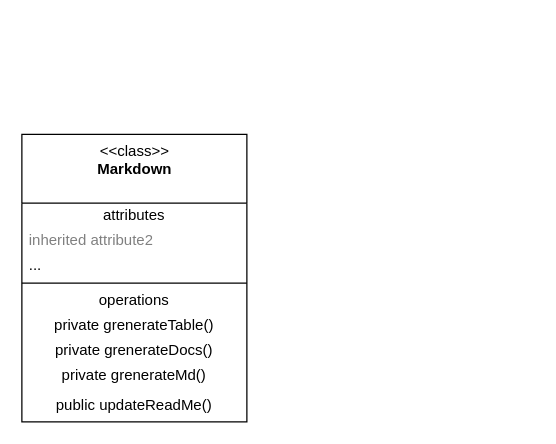
Above: docs/view/script.drawio in tower-town/Koala-Hacker-News (draw.io), before the change. Source tidied: cells renumbered, new cells numbered last; positions are measured from the earlier drawing's top-left corner, leaving out a move shared by most shapes. Both pictures are drawn from the tidied source at 125%, with x=0, y=0 at pixel (21, 134).
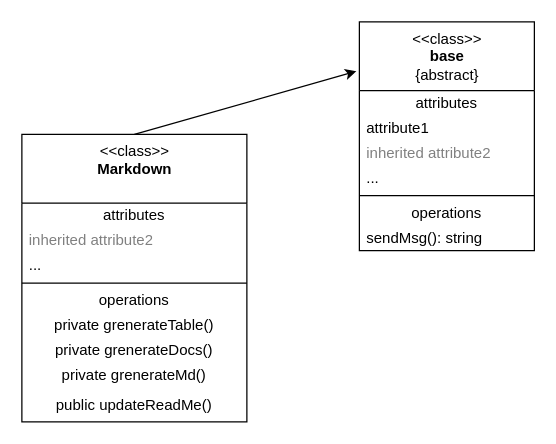
Above is the later version.

The change refers to these unchanged cells:
```xml
<mxCell id="2" value="&amp;lt;&amp;lt;class&amp;gt;&amp;gt;&lt;br&gt;&lt;b&gt;Markdown&lt;/b&gt;" style="swimlane;fontStyle=0;align=center;verticalAlign=top;horizontal=1;startSize=55;html=1;" parent="1" vertex="1">
  <mxGeometry width="180" height="230" as="geometry" />
</mxCell>
```

Diff of the diagram source:
```diff
@@
+    <mxCell id="12" style="edgeStyle=none;html=1;exitX=0.5;exitY=0;exitDx=0;exitDy=0;entryX=-0.017;entryY=0.216;entryDx=0;entryDy=0;entryPerimeter=0;" parent="1" edge="1" source="2" target="13">
+      <mxGeometry relative="1" as="geometry" />
+    </mxCell>
@@
+    <mxCell id="13" value="&amp;lt;&amp;lt;class&amp;gt;&amp;gt;&lt;br&gt;&lt;b&gt;base&lt;/b&gt;&lt;br&gt;{abstract}" style="swimlane;fontStyle=0;align=center;verticalAlign=top;horizontal=1;startSize=55;html=1;" parent="1" vertex="1">
+      <mxGeometry x="270" y="-90" width="140" height="183" as="geometry" />
+    </mxCell>
+    <mxCell id="14" value="attributes" style="text;html=1;strokeColor=none;fillColor=none;align=center;verticalAlign=middle;spacingLeft=4;spacingRight=4;overflow=hidden;" parent="13" vertex="1">
+      <mxGeometry y="55" width="140" height="20" as="geometry" />
+    </mxCell>
+    <mxCell id="15" value="attribute1" style="text;html=1;strokeColor=none;fillColor=none;align=left;verticalAlign=middle;spacingLeft=4;spacingRight=4;overflow=hidden;" parent="13" vertex="1">
+      <mxGeometry y="75" width="140" height="20" as="geometry" />
+    </mxCell>
+    <mxCell id="16" value="inherited attribute2" style="text;html=1;strokeColor=none;fillColor=none;align=left;verticalAlign=middle;spacingLeft=4;spacingRight=4;overflow=hidden;fontColor=#808080;" parent="13" vertex="1">
+      <mxGeometry y="95" width="140" height="20" as="geometry" />
+    </mxCell>
+    <mxCell id="17" value="..." style="text;html=1;strokeColor=none;fillColor=none;align=left;verticalAlign=middle;spacingLeft=4;spacingRight=4;overflow=hidden;" parent="13" vertex="1">
+      <mxGeometry y="115" width="140" height="20" as="geometry" />
+    </mxCell>
+    <mxCell id="18" style="line;strokeWidth=1;fillColor=none;align=left;verticalAlign=middle;spacingTop=-1;spacingLeft=3;spacingRight=3;labelPosition=right;" parent="13" vertex="1">
+      <mxGeometry y="135" width="140" height="8" as="geometry" />
+    </mxCell>
+    <mxCell id="19" value="operations" style="text;html=1;strokeColor=none;fillColor=none;align=center;verticalAlign=middle;spacingLeft=4;spacingRight=4;overflow=hidden;" parent="13" vertex="1">
+      <mxGeometry y="143" width="140" height="20" as="geometry" />
+    </mxCell>
+    <mxCell id="20" value="sendMsg(): string" style="text;html=1;strokeColor=none;fillColor=none;align=left;verticalAlign=middle;spacingLeft=4;spacingRight=4;overflow=hidden;" parent="13" vertex="1">
+      <mxGeometry y="163" width="140" height="20" as="geometry" />
+    </mxCell>
```
